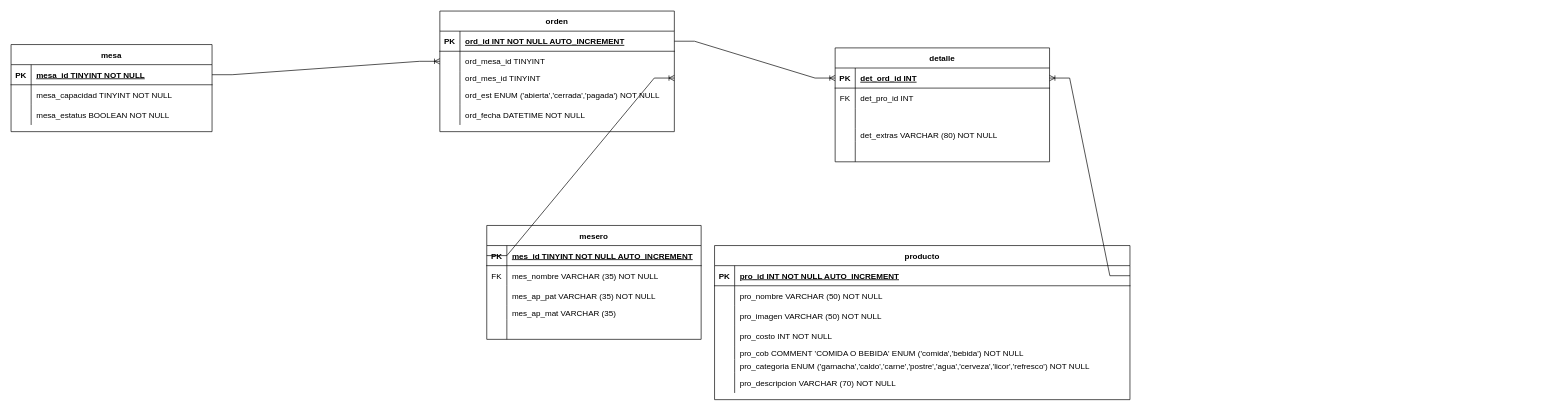
Earlier version of the draw.io diagram RESTAURANTE DIAGRAMA LML.drawio (JuanGdev/restaurante). Source tidied: cells renumbered, new cells numbered last; positions are measured from the earlier drawing's top-left corner, leaving out a move shared by most shapes. Both pictures are drawn from the tidied source at 67%, with x=0, y=0 at pixel (11, 11).
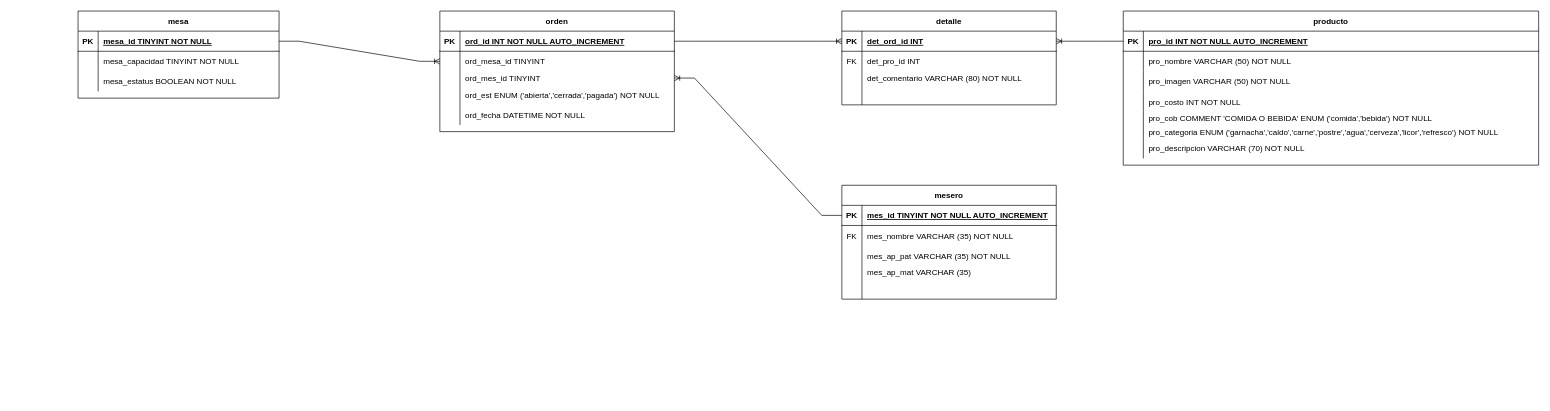
The same page after the edit.

Commit message (it also covers changes not shown here):
Acomodo de la versión final de la base de datos

Unchanged cells that the change refers to:
```xml
<mxCell id="19" style="shape=partialRectangle;fillColor=none;points=[[0,0.5],[1,0.5]];portConstraint=eastwest;top=0;left=0;right=0;bottom=1;" parent="18" vertex="1">
  <mxGeometry y="30" width="620" height="30" as="geometry" />
</mxCell>
<mxCell id="41" style="shape=partialRectangle;fillColor=none;points=[[0,0.5],[1,0.5]];portConstraint=eastwest;top=0;left=0;right=0;bottom=1;" parent="40" vertex="1">
  <mxGeometry y="30" width="300" height="30" as="geometry" />
</mxCell>
<mxCell id="54" style="shape=partialRectangle;fillColor=none;points=[[0,0.5],[1,0.5]];portConstraint=eastwest;top=0;left=0;right=0;bottom=0;" parent="50" vertex="1">
  <mxGeometry y="60" width="350" height="30" as="geometry" />
</mxCell>
<mxCell id="67" style="shape=partialRectangle;fillColor=none;points=[[0,0.5],[1,0.5]];portConstraint=eastwest;top=0;left=0;right=0;bottom=1;" parent="66" vertex="1">
  <mxGeometry y="30" width="320" height="30" as="geometry" />
</mxCell>
```

Diff of the diagram source:
```diff
@@
     <mxCell id="2" value="mesero" style="shape=table;startSize=30;childLayout=tableLayout;rowLines=0;fontStyle=1;align=center;" parent="1" vertex="1">
-      <mxGeometry x="710" y="320" width="320" height="170" as="geometry" />
+      <mxGeometry x="1240" y="260" width="320" height="170" as="geometry" />
     </mxCell>
@@
     <mxCell id="18" value="producto" style="shape=table;startSize=30;childLayout=tableLayout;rowLines=0;fontStyle=1;align=center;" parent="1" vertex="1">
-      <mxGeometry x="1050" y="350" width="620" height="230" as="geometry" />
+      <mxGeometry x="1660" width="620" height="230" as="geometry" />
     </mxCell>
@@
     <mxCell id="40" value="mesa" style="shape=table;startSize=30;childLayout=tableLayout;rowLines=0;fontStyle=1;align=center;" parent="1" vertex="1">
-      <mxGeometry y="50" width="300" height="130" as="geometry" />
+      <mxGeometry x="100" width="300" height="130" as="geometry" />
     </mxCell>
@@
     <mxCell id="66" value="detalle" style="shape=table;startSize=30;childLayout=tableLayout;rowLines=0;fontStyle=1;align=center;" parent="1" vertex="1">
-      <mxGeometry x="1230" y="55" width="320" height="170" as="geometry" />
+      <mxGeometry x="1240" width="320" height="140" as="geometry" />
     </mxCell>
@@
-    <mxCell id="73" style="shape=partialRectangle;fillColor=none;top=0;left=0;right=0;bottom=0;" parent="66" vertex="1">
-      <mxGeometry y="90" width="320" height="30" as="geometry" />
-    </mxCell>
-    <mxCell id="74" style="shape=partialRectangle;overflow=hidden;fillColor=none;top=0;left=0;bottom=0;right=0;" parent="73" vertex="1">
-      <mxGeometry width="30" height="30" as="geometry" />
-    </mxCell>
-    <mxCell id="75" style="shape=partialRectangle;overflow=hidden;fillColor=none;top=0;left=0;bottom=0;right=0;align=left;spacingLeft=6;" parent="73" vertex="1">
-      <mxGeometry x="30" width="290" height="30" as="geometry" />
-    </mxCell>
     <mxCell id="76" style="shape=partialRectangle;fillColor=none;top=0;left=0;right=0;bottom=0;" parent="66" vertex="1">
-      <mxGeometry y="120" width="320" height="20" as="geometry" />
+      <mxGeometry y="90" width="320" height="20" as="geometry" />
     </mxCell>
@@
-    <mxCell id="78" value="det_extras VARCHAR (80) NOT NULL" style="shape=partialRectangle;overflow=hidden;fillColor=none;top=0;left=0;bottom=0;right=0;align=left;spacingLeft=6;" parent="76" vertex="1">
+    <mxCell id="78" value="det_comentario VARCHAR (80) NOT NULL" style="shape=partialRectangle;overflow=hidden;fillColor=none;top=0;left=0;bottom=0;right=0;align=left;spacingLeft=6;" parent="76" vertex="1">
       <mxGeometry x="30" width="290" height="20" as="geometry" />
     </mxCell>
     <mxCell id="79" style="shape=partialRectangle;fillColor=none;top=0;left=0;right=0;bottom=0;" parent="66" vertex="1">
-      <mxGeometry y="140" width="320" height="30" as="geometry" />
+      <mxGeometry y="110" width="320" height="30" as="geometry" />
     </mxCell>
@@
-    <mxCell id="82" style="edgeStyle=entityRelationEdgeStyle;fontSize=12;html=1;endArrow=ERoneToMany;rounded=0;exitX=1;exitY=0.5;exitDx=0;exitDy=0;entryX=1;entryY=0.5;entryDx=0;entryDy=0;" parent="1" edge="1" source="19" target="67">
+    <mxCell id="82" style="edgeStyle=entityRelationEdgeStyle;fontSize=12;html=1;endArrow=ERoneToMany;rounded=0;entryX=1;entryY=0.5;entryDx=0;entryDy=0;exitX=0;exitY=0.5;exitDx=0;exitDy=0;" parent="1" edge="1" source="19" target="67">
       <mxGeometry relative="1" as="geometry" />
     </mxCell>
-    <mxCell id="83" style="edgeStyle=entityRelationEdgeStyle;fontSize=12;html=1;endArrow=ERoneToMany;rounded=0;exitX=1;exitY=0.5;exitDx=0;exitDy=0;entryX=0;entryY=0.5;entryDx=0;entryDy=0;" parent="1" edge="1" source="41" target="54">
+    <mxCell id="83" style="edgeStyle=entityRelationEdgeStyle;fontSize=12;html=1;endArrow=ERoneToMany;rounded=0;entryX=0;entryY=0.5;entryDx=0;entryDy=0;exitX=1;exitY=0.5;exitDx=0;exitDy=0;" parent="1" edge="1" source="41" target="54">
       <mxGeometry relative="1" as="geometry" />
     </mxCell>
```
